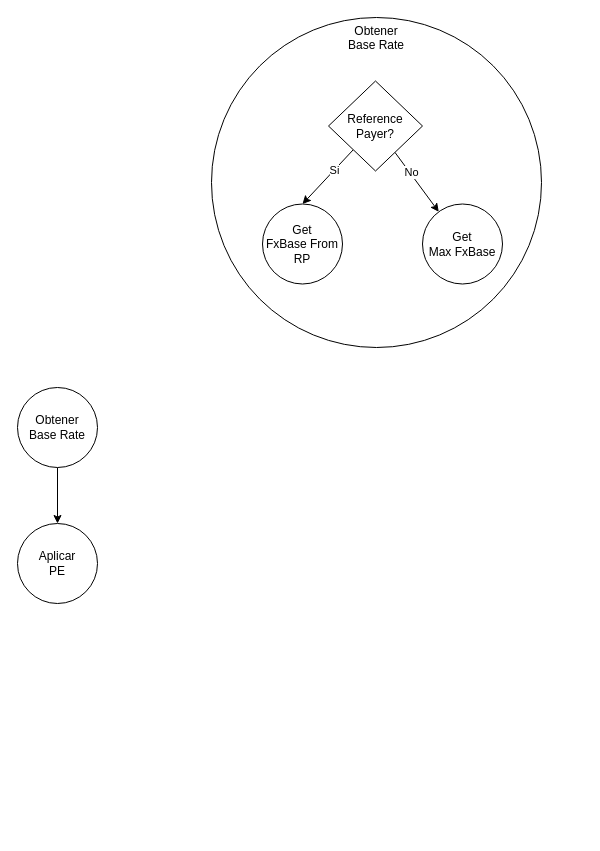
Above: Calculadora y Payers.drawio in notariopablomarcelo/intermex (draw.io), before the change. Source tidied: cells renumbered, new cells numbered last; positions are measured from the earlier drawing's top-left corner, leaving out a move shared by most shapes. Both pictures are drawn from the tidied source at 100%, with x=0, y=0 at pixel (17, 17).
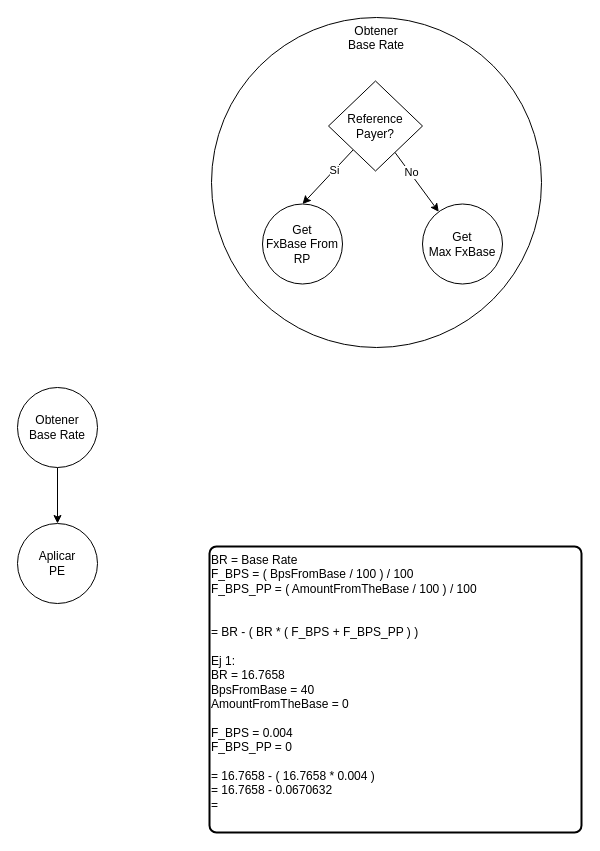
The same diagram, later.

What changed in the source:
```diff
@@
 <mxGraphModel>
   <root>
     <mxCell id="0" />
     <mxCell id="1" parent="0" />
     <mxCell id="2" style="edgeStyle=orthogonalEdgeStyle;rounded=0;jettySize=auto;html=1;" parent="1" edge="1" source="3" target="4">
       <mxGeometry relative="1" as="geometry" />
     </mxCell>
     <mxCell id="3" value="Obtener&lt;br&gt;Base Rate" style="ellipse;whiteSpace=wrap;html=1;" parent="1" vertex="1">
       <mxGeometry y="370" width="80" height="80" as="geometry" />
     </mxCell>
     <mxCell id="4" value="Aplicar&lt;br&gt;PE" style="ellipse;whiteSpace=wrap;html=1;" parent="1" vertex="1">
       <mxGeometry y="506" width="80" height="80" as="geometry" />
     </mxCell>
     <mxCell id="5" style="group;" parent="1" vertex="1">
       <mxGeometry x="194" width="330" height="330" as="geometry" />
     </mxCell>
     <mxCell id="6" value="Obtener&lt;br&gt;Base Rate" style="ellipse;whiteSpace=wrap;html=1;horizontal=1;verticalAlign=top;" parent="5" vertex="1">
       <mxGeometry width="330" height="330" as="geometry" />
     </mxCell>
     <mxCell id="7" value="Get&lt;br&gt;FxBase From&lt;br&gt;RP" style="ellipse;whiteSpace=wrap;html=1;" parent="5" vertex="1">
       <mxGeometry x="51" y="186.5" width="80" height="80" as="geometry" />
     </mxCell>
     <mxCell id="8" value="Get&lt;br&gt;Max FxBase" style="ellipse;whiteSpace=wrap;html=1;" parent="5" vertex="1">
       <mxGeometry x="211" y="186.5" width="80" height="80" as="geometry" />
     </mxCell>
     <mxCell id="9" style="rounded=0;jettySize=auto;html=1;entryX=0.5;entryY=0;entryDx=0;entryDy=0;" parent="5" edge="1" source="13" target="7">
       <mxGeometry relative="1" as="geometry" />
     </mxCell>
     <mxCell id="10" value="Si" style="edgeLabel;html=1;align=center;verticalAlign=middle;" parent="9" vertex="1">
       <mxGeometry x="-0.25" relative="1" as="geometry" />
     </mxCell>
     <mxCell id="11" style="rounded=0;jettySize=auto;html=1;" parent="5" edge="1" source="13" target="8">
       <mxGeometry relative="1" as="geometry" />
     </mxCell>
     <mxCell id="12" value="No" style="edgeLabel;html=1;align=center;verticalAlign=middle;" parent="11" vertex="1">
       <mxGeometry x="-0.32" y="2" relative="1" as="geometry">
         <mxPoint y="1" as="offset" />
       </mxGeometry>
     </mxCell>
     <mxCell id="13" value="Reference&lt;br style=&quot;border-color: var(--border-color);&quot;&gt;Payer?" style="rhombus;whiteSpace=wrap;html=1;" parent="5" vertex="1">
       <mxGeometry x="117" y="63.5" width="94" height="90" as="geometry" />
     </mxCell>
+    <mxCell id="14" value="BR = Base Rate&lt;br&gt;F_BPS = ( BpsFromBase / 100 ) / 100&lt;br&gt;F_BPS_PP = ( AmountFromTheBase / 100 ) / 100&lt;br&gt;&lt;br&gt;&amp;nbsp;&lt;br&gt;= BR - ( BR * ( F_BPS + F_BPS_PP ) )&lt;br&gt;&lt;br&gt;Ej 1:&lt;br&gt;BR = 16.7658&lt;br&gt;BpsFromBase = 40&lt;br&gt;AmountFromTheBase = 0&lt;br&gt;&lt;br&gt;F_BPS = 0.004&lt;br&gt;F_BPS_PP = 0&lt;br&gt;&lt;br&gt;= 16.7658 - ( 16.7658 * 0.004 )&lt;br&gt;= 16.7658 - 0.0670632&lt;br&gt;=&amp;nbsp;" style="rounded=1;whiteSpace=wrap;html=1;absoluteArcSize=1;arcSize=14;strokeWidth=2;align=left;verticalAlign=top;" parent="1" vertex="1">
+      <mxGeometry x="192" y="529" width="372" height="286" as="geometry" />
+    </mxCell>
   </root>
 </mxGraphModel>
```
